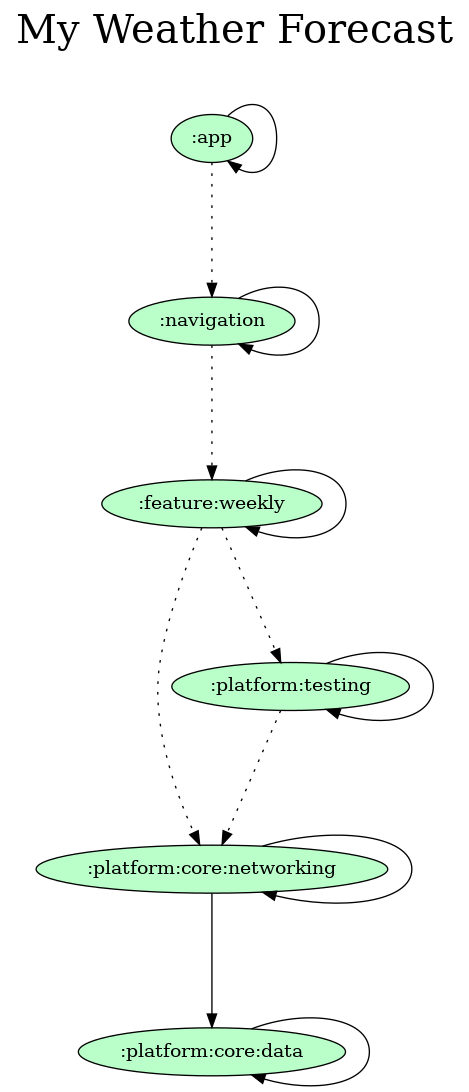
Above: gradle/dependency-graph/project.dot.png in orogersilva/myweatherforecast (Graphviz), before the change. Its source is kept beside it as gradle/dependency-graph/project.dot.
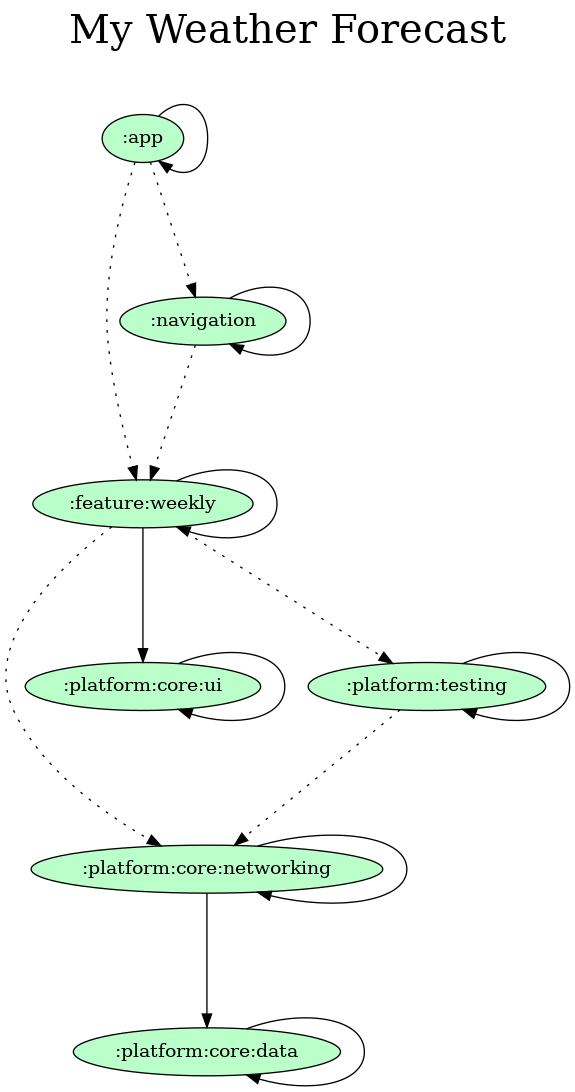
After the commit.

Commit message:
docs: Updating dependency graph

Change to the diagram source:
```diff
@@ -10,6 +10,7 @@
   ":navigation" [fillcolor="#baffc9"];
   ":platform:core:data" [fillcolor="#baffc9"];
   ":platform:core:networking" [fillcolor="#baffc9"];
+  ":platform:core:ui" [fillcolor="#baffc9"];
   ":platform:testing" [fillcolor="#baffc9"];
 
   {rank = same;}
@@ -17,9 +18,11 @@
   # Dependencies
 
   ":app" -> ":app"
+  ":app" -> ":feature:weekly" [style=dotted]
   ":app" -> ":navigation" [style=dotted]
   ":navigation" -> ":navigation"
   ":navigation" -> ":feature:weekly" [style=dotted]
+  ":feature:weekly" -> ":platform:core:ui"
   ":feature:weekly" -> ":feature:weekly"
   ":feature:weekly" -> ":platform:core:networking" [style=dotted]
   ":feature:weekly" -> ":platform:testing" [style=dotted]
@@ -28,4 +31,5 @@
   ":platform:core:data" -> ":platform:core:data"
   ":platform:core:networking" -> ":platform:core:data"
   ":platform:core:networking" -> ":platform:core:networking"
+  ":platform:core:ui" -> ":platform:core:ui"
 }
```
